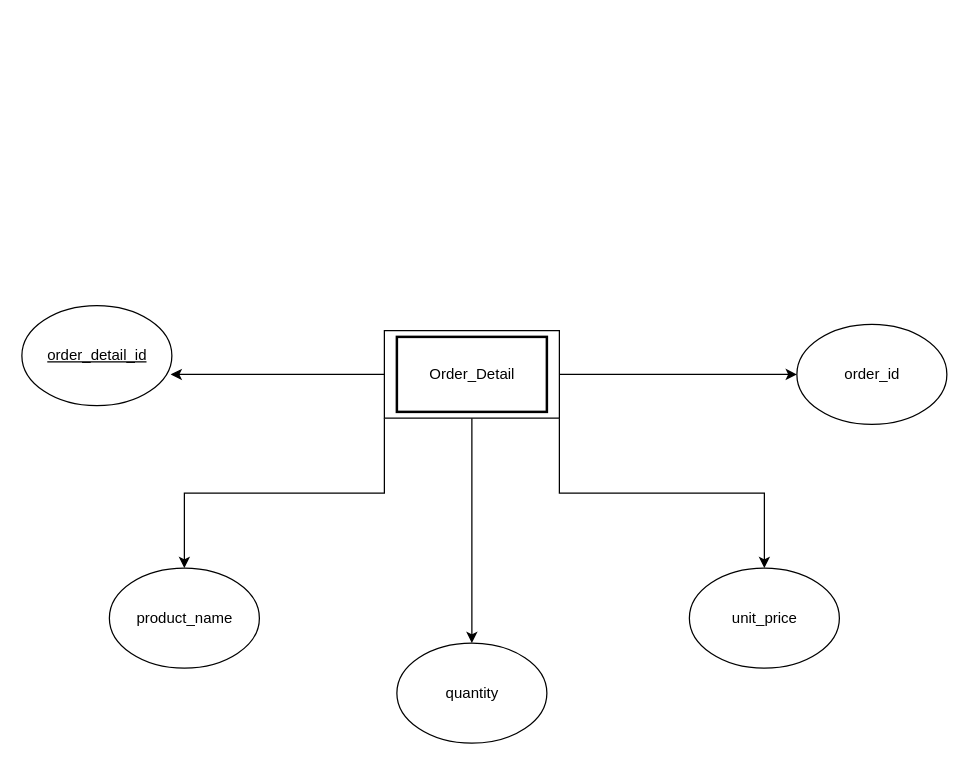
mrkwapo/DatabaseDesignAndManagement keeps this draw.io diagram as page "Order_Details" (4 of 5) of TakeHomeProject.drawio. Above is the earlier version. Source tidied: cells renumbered, new cells numbered last; positions are measured from the earlier drawing's top-left corner, leaving out a move shared by most shapes. Both pictures are drawn from the tidied source at 125%, with x=0, y=0 at pixel (21, 305).
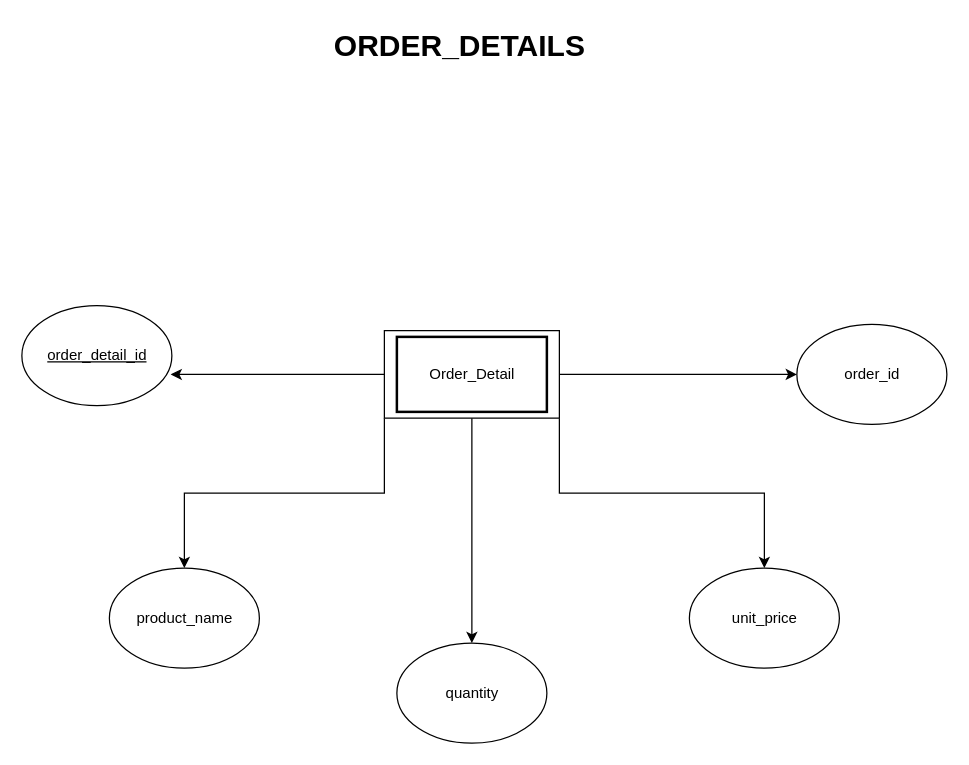
After the change.

Diff of the diagram source:
```diff
@@
+    <mxCell id="26" value="&lt;b&gt;&lt;font style=&quot;font-size: 24px;&quot;&gt;ORDER_DETAILS&lt;/font&gt;&lt;/b&gt;" style="text;html=1;align=center;verticalAlign=middle;strokeColor=none;fillColor=none;" parent="1" vertex="1">
+      <mxGeometry x="240" y="-227" width="220" height="40" as="geometry" />
+    </mxCell>
```
